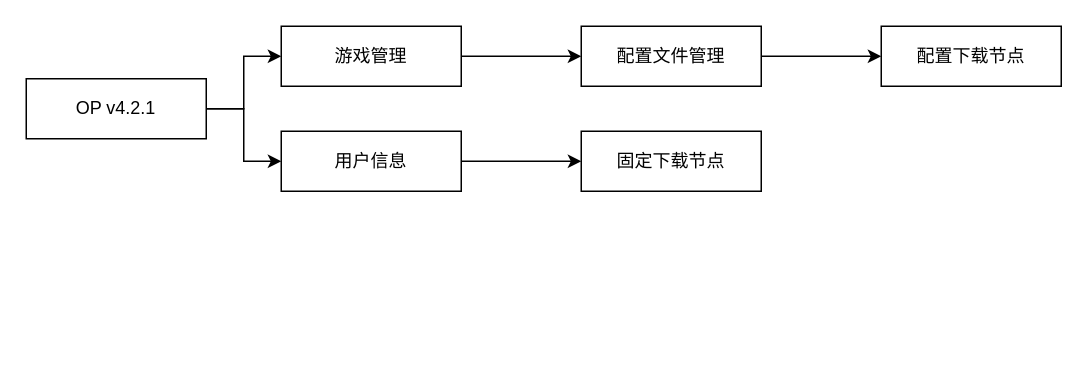
The draw.io diagram image/op4.2.1.drawio in Besideme/besideme.github.io, before the edit. Source tidied: cells renumbered, new cells numbered last; positions are measured from the earlier drawing's top-left corner, leaving out a move shared by most shapes. Both pictures are drawn from the tidied source at 150%, with x=0, y=0 at pixel (26, 26).
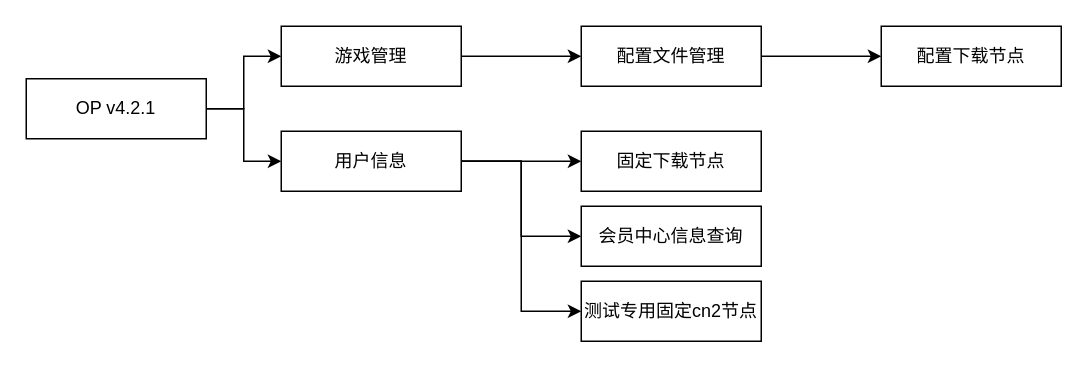
Above is the later version.

The edit, as a diff of the source:
```diff
@@
 <mxGraphModel>
   <root>
     <mxCell id="0" />
     <mxCell id="1" parent="0" />
     <mxCell id="2" style="edgeStyle=orthogonalEdgeStyle;rounded=0;jettySize=auto;html=1;" parent="1" edge="1" source="3" target="5">
       <mxGeometry relative="1" as="geometry" />
     </mxCell>
     <mxCell id="3" value="游戏管理" style="rounded=0;whiteSpace=wrap;html=1;" parent="1" vertex="1">
       <mxGeometry x="170" width="120" height="40" as="geometry" />
     </mxCell>
     <mxCell id="4" style="edgeStyle=orthogonalEdgeStyle;rounded=0;jettySize=auto;html=1;" parent="1" edge="1" source="5" target="6">
       <mxGeometry relative="1" as="geometry" />
     </mxCell>
     <mxCell id="5" value="配置文件管理" style="rounded=0;whiteSpace=wrap;html=1;" parent="1" vertex="1">
       <mxGeometry x="370" width="120" height="40" as="geometry" />
     </mxCell>
     <mxCell id="6" value="配置下载节点" style="rounded=0;whiteSpace=wrap;html=1;" parent="1" vertex="1">
       <mxGeometry x="570" width="120" height="40" as="geometry" />
     </mxCell>
     <mxCell id="7" style="edgeStyle=orthogonalEdgeStyle;rounded=0;jettySize=auto;html=1;" parent="1" edge="1" source="8" target="9">
       <mxGeometry relative="1" as="geometry" />
     </mxCell>
+    <mxCell id="13" style="edgeStyle=orthogonalEdgeStyle;rounded=0;jettySize=auto;html=1;exitX=1;exitY=0.5;exitDx=0;exitDy=0;entryX=0;entryY=0.5;entryDx=0;entryDy=0;" parent="1" edge="1" source="8" target="15">
+      <mxGeometry relative="1" as="geometry" />
+    </mxCell>
+    <mxCell id="14" style="edgeStyle=orthogonalEdgeStyle;rounded=0;jettySize=auto;html=1;exitX=1;exitY=0.5;exitDx=0;exitDy=0;entryX=0;entryY=0.5;entryDx=0;entryDy=0;" parent="1" edge="1" source="8" target="16">
+      <mxGeometry relative="1" as="geometry" />
+    </mxCell>
     <mxCell id="8" value="用户信息" style="rounded=0;whiteSpace=wrap;html=1;" parent="1" vertex="1">
       <mxGeometry x="170" y="70" width="120" height="40" as="geometry" />
     </mxCell>
     <mxCell id="9" value="固定下载节点" style="rounded=0;whiteSpace=wrap;html=1;" parent="1" vertex="1">
       <mxGeometry x="370" y="70" width="120" height="40" as="geometry" />
     </mxCell>
     <mxCell id="10" style="edgeStyle=orthogonalEdgeStyle;rounded=0;jettySize=auto;html=1;" parent="1" edge="1" source="12" target="8">
       <mxGeometry relative="1" as="geometry" />
     </mxCell>
     <mxCell id="11" style="edgeStyle=orthogonalEdgeStyle;rounded=0;jettySize=auto;html=1;exitX=1;exitY=0.5;exitDx=0;exitDy=0;entryX=0;entryY=0.5;entryDx=0;entryDy=0;" parent="1" edge="1" source="12" target="3">
       <mxGeometry relative="1" as="geometry" />
     </mxCell>
     <mxCell id="12" value="OP v4.2.1" style="rounded=0;whiteSpace=wrap;html=1;" parent="1" vertex="1">
       <mxGeometry y="35" width="120" height="40" as="geometry" />
     </mxCell>
+    <mxCell id="15" value="会员中心信息查询" style="rounded=0;whiteSpace=wrap;html=1;" parent="1" vertex="1">
+      <mxGeometry x="370" y="120" width="120" height="40" as="geometry" />
+    </mxCell>
+    <mxCell id="16" value="测试专用固定cn2节点" style="rounded=0;whiteSpace=wrap;html=1;" parent="1" vertex="1">
+      <mxGeometry x="370" y="170" width="120" height="40" as="geometry" />
+    </mxCell>
   </root>
 </mxGraphModel>
```
